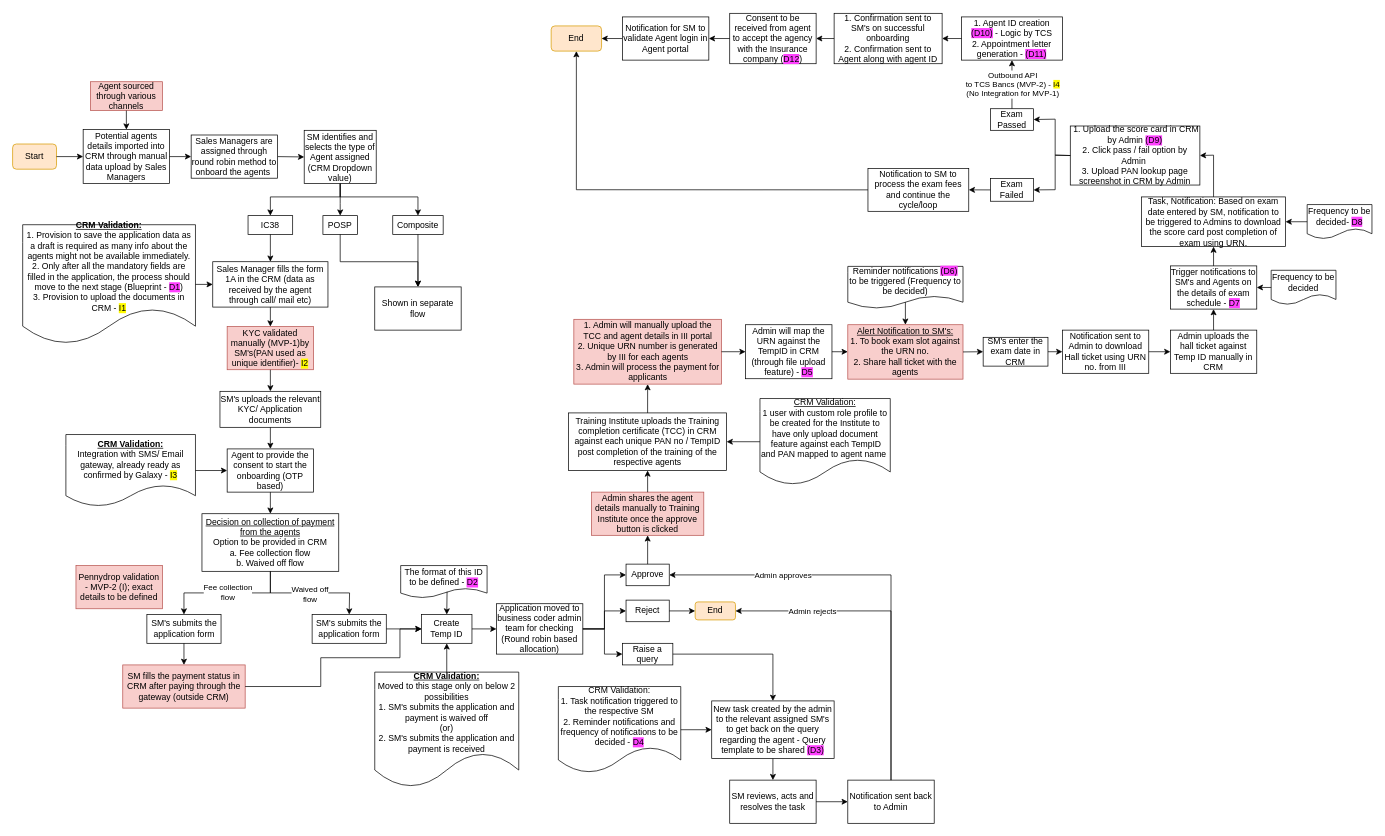
Before: Agent Onboarding IC38.drawio in shaileshsreedar/Galaxy, a draw.io diagram. Source tidied: cells renumbered, new cells numbered last; positions are measured from the earlier drawing's top-left corner, leaving out a move shared by most shapes. Both pictures are drawn from the tidied source at 72%, with x=0, y=0 at pixel (12, 13).
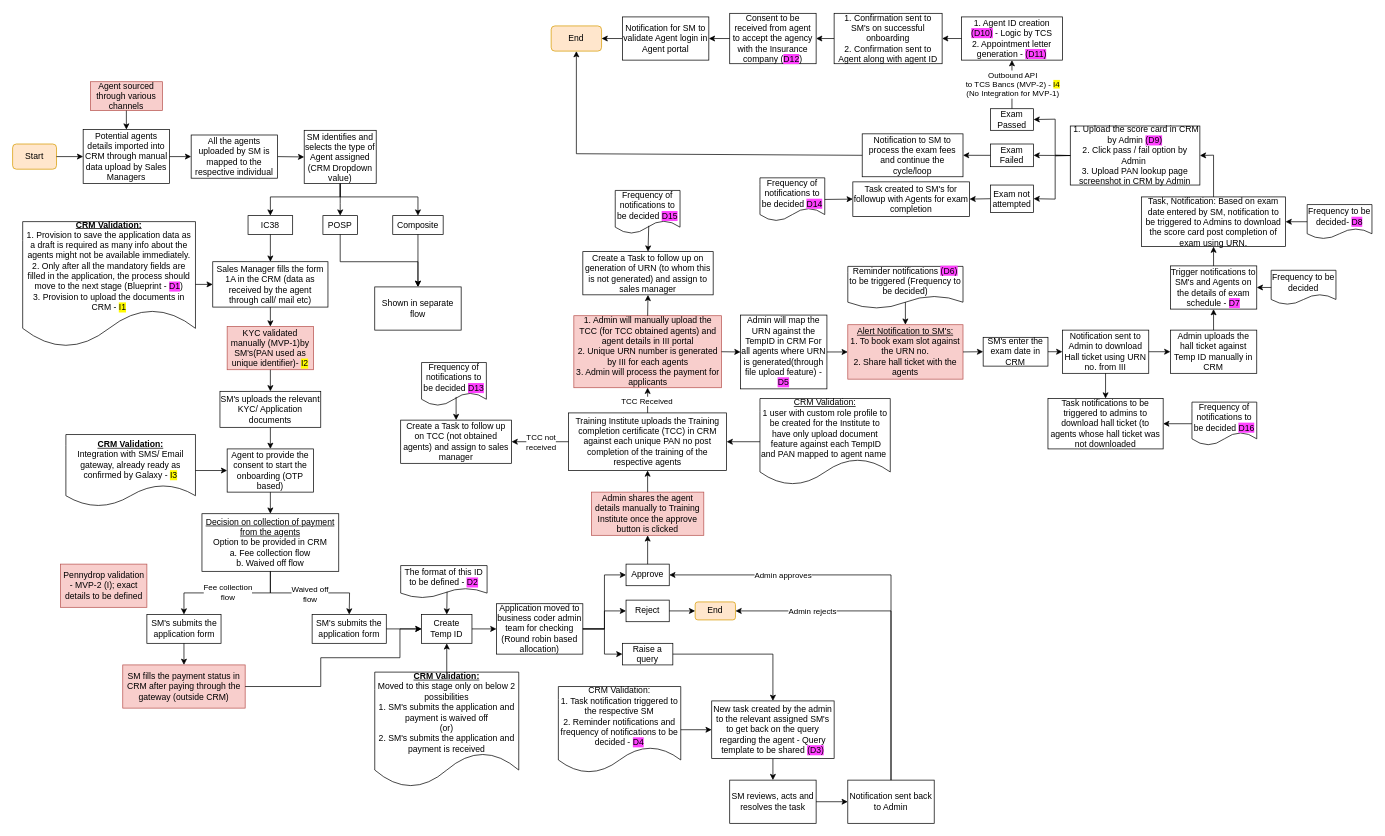
The same diagram, later.

The change refers to these unchanged cells:
```xml
<mxCell id="15" value="End" style="rounded=1;whiteSpace=wrap;html=1;fillColor=#ffe6cc;strokeColor=#d79b00;" parent="1" vertex="1">
  <mxGeometry x="748" y="17.5" width="70" height="35" as="geometry" />
</mxCell>
<mxCell id="76" style="endArrow=classic;html=1;rounded=0;exitX=0.5;exitY=0;exitDx=0;exitDy=0;entryX=0.5;entryY=1;entryDx=0;entryDy=0;" parent="1" edge="1" source="72" target="77">
  <mxGeometry relative="1" as="geometry" />
</mxCell>
<mxCell id="84" value="Notification sent to Admin to download Hall ticket using URN no. from III" style="rounded=0;whiteSpace=wrap;html=1;" parent="1" vertex="1">
  <mxGeometry x="1458" y="440" width="120" height="60" as="geometry" />
</mxCell>
<mxCell id="96" value="&amp;nbsp;1. Upload the score card in CRM by Admin &lt;span style=&quot;background-color: rgb(255, 64, 255);&quot;&gt;(D9)&lt;/span&gt;&lt;div&gt;2. Click pass / fail option by Admin&amp;nbsp;&lt;/div&gt;&lt;div&gt;3. Upload PAN lookup page screenshot in CRM by Admin&lt;/div&gt;" style="rounded=0;whiteSpace=wrap;html=1;" parent="1" vertex="1">
  <mxGeometry x="1469" y="156.5" width="180" height="82" as="geometry" />
</mxCell>
```

Diff of the diagram source:
```diff
@@
-    <mxCell id="18" value="Sales Managers are assigned through round robin method to onboard the agents&amp;nbsp;" style="rounded=0;whiteSpace=wrap;html=1;" parent="1" vertex="1">
+    <mxCell id="18" value="All the agents uploaded by SM is mapped to the respective individual" style="rounded=0;whiteSpace=wrap;html=1;" parent="1" vertex="1">
       <mxGeometry x="248" y="169" width="120" height="60" as="geometry" />
     </mxCell>
@@
     <mxCell id="23" value="&lt;b&gt;&lt;u&gt;CRM Validation:&lt;/u&gt;&lt;/b&gt;&lt;div&gt;1. Provision to save the application data as a draft is required as many info about the agents might not be available immediately.&lt;/div&gt;&lt;div&gt;2. Only after all the mandatory fields are filled in the application, the process should move to the next stage (Blueprint - &lt;span style=&quot;background-color: rgb(255, 64, 255);&quot;&gt;D1&lt;/span&gt;)&lt;/div&gt;&lt;div&gt;3. Provision to upload the documents in CRM - &lt;span style=&quot;background-color: rgb(255, 251, 0);&quot;&gt;I1&lt;/span&gt;&lt;/div&gt;" style="shape=document;whiteSpace=wrap;html=1;boundedLbl=1;" parent="1" vertex="1">
-      <mxGeometry x="14" y="293.6" width="240" height="165.8" as="geometry" />
+      <mxGeometry x="14" y="289.3" width="240" height="174.4" as="geometry" />
     </mxCell>
@@
-    <mxCell id="72" value="Training Institute uploads the Training completion certificate (TCC) in CRM against each unique PAN no / TempID post completion of the training of the respective agents" style="rounded=0;whiteSpace=wrap;html=1;" parent="1" vertex="1">
+    <mxCell id="72" value="Training Institute uploads the Training completion certificate (TCC) in CRM against each unique PAN no post completion of the training of the respective agents" style="rounded=0;whiteSpace=wrap;html=1;" parent="1" vertex="1">
       <mxGeometry x="772.2" y="555" width="219.5" height="80" as="geometry" />
     </mxCell>
@@
+    <mxCell id="120" value="TCC Received" style="edgeLabel;html=1;align=center;verticalAlign=middle;" parent="76" vertex="1">
+      <mxGeometry x="-0.27" y="1" relative="1" as="geometry">
+        <mxPoint y="-3" as="offset" />
+      </mxGeometry>
+    </mxCell>
-    <mxCell id="77" value="1. Admin will manually upload the TCC and agent details in III portal&lt;div&gt;2. Unique URN number is generated by III for each agents&lt;/div&gt;&lt;div&gt;3. Admin will process the payment for applicants&lt;/div&gt;" style="rounded=0;whiteSpace=wrap;html=1;fillColor=#f8cecc;strokeColor=#b85450;" parent="1" vertex="1">
-      <mxGeometry x="779.5" y="425" width="205" height="90" as="geometry" />
+    <mxCell id="77" value="1. Admin will manually upload the TCC (for TCC obtained agents) and agent details in III portal&lt;div&gt;2. Unique URN number is generated by III for each agents&lt;/div&gt;&lt;div&gt;3. Admin will process the payment for applicants&lt;/div&gt;" style="rounded=0;whiteSpace=wrap;html=1;fillColor=#f8cecc;strokeColor=#b85450;" parent="1" vertex="1">
+      <mxGeometry x="779.5" y="420" width="205" height="100" as="geometry" />
     </mxCell>
-    <mxCell id="78" value="Admin will map the URN against the TempID in CRM (through file upload feature) - &lt;span style=&quot;background-color: rgb(255, 64, 255);&quot;&gt;D5&lt;/span&gt;" style="rounded=0;whiteSpace=wrap;html=1;" parent="1" vertex="1">
-      <mxGeometry x="1018" y="432.5" width="120" height="75" as="geometry" />
+    <mxCell id="78" value="Admin will map the URN against the TempID in CRM For all agents where URN is generated(through file upload feature) - &lt;span style=&quot;background-color: rgb(255, 64, 255);&quot;&gt;D5&lt;/span&gt;" style="rounded=0;whiteSpace=wrap;html=1;" parent="1" vertex="1">
+      <mxGeometry x="1011" y="419.1" width="120" height="102.5" as="geometry" />
     </mxCell>
@@
     <mxCell id="99" value="Exam Failed" style="rounded=0;whiteSpace=wrap;html=1;" parent="1" vertex="1">
-      <mxGeometry x="1358" y="229.5" width="60" height="31.5" as="geometry" />
+      <mxGeometry x="1358" y="181.5" width="60" height="31.5" as="geometry" />
     </mxCell>
@@
-    <mxCell id="101" style="endArrow=classic;html=1;rounded=0;exitX=0;exitY=0.5;exitDx=0;exitDy=0;entryX=1;entryY=0.5;entryDx=0;entryDy=0;" parent="1" edge="1" source="96" target="99">
-      <mxGeometry relative="1" as="geometry">
-        <Array as="points">
-          <mxPoint x="1448" y="197" />
-          <mxPoint x="1448" y="245" />
-        </Array>
-      </mxGeometry>
-    </mxCell>
@@
     <mxCell id="108" value="Notification to SM to process the exam fees and continue the cycle/loop" style="rounded=0;whiteSpace=wrap;html=1;" parent="1" vertex="1">
-      <mxGeometry x="1188" y="215.4" width="140" height="59.6" as="geometry" />
+      <mxGeometry x="1180" y="167.4" width="140" height="59.6" as="geometry" />
     </mxCell>
@@
     <mxCell id="110" style="endArrow=classic;html=1;rounded=0;exitX=0;exitY=0.5;exitDx=0;exitDy=0;entryX=0.5;entryY=1;entryDx=0;entryDy=0;" parent="1" edge="1" source="108" target="15">
       <mxGeometry relative="1" as="geometry">
         <Array as="points">
-          <mxPoint x="783" y="245" />
+          <mxPoint x="783" y="195" />
         </Array>
       </mxGeometry>
     </mxCell>
@@
     <mxCell id="119" value="Pennydrop validation - MVP-2 (I); exact details to be defined" style="rounded=0;whiteSpace=wrap;html=1;fillColor=#f8cecc;strokeColor=#b85450;" parent="1" vertex="1">
-      <mxGeometry x="88" y="767" width="120" height="60" as="geometry" />
+      <mxGeometry x="66.5" y="765" width="120" height="60" as="geometry" />
     </mxCell>
+    <mxCell id="121" value="Create a Task to follow up on TCC (not obtained agents) and assign to sales manager" style="rounded=0;whiteSpace=wrap;html=1;" parent="1" vertex="1">
+      <mxGeometry x="539" y="565" width="154" height="60" as="geometry" />
+    </mxCell>
+    <mxCell id="122" style="endArrow=classic;html=1;rounded=0;exitX=0;exitY=0.5;exitDx=0;exitDy=0;" parent="1" edge="1" source="72" target="121">
+      <mxGeometry relative="1" as="geometry" />
+    </mxCell>
+    <mxCell id="123" value="TCC not&lt;div&gt;received&lt;/div&gt;" style="edgeLabel;html=1;align=center;verticalAlign=middle;" parent="122" vertex="1">
+      <mxGeometry x="-0.13" relative="1" as="geometry">
+        <mxPoint x="-5" as="offset" />
+      </mxGeometry>
+    </mxCell>
+    <mxCell id="124" value="Frequency of notifications to be decided &lt;span style=&quot;background-color: rgb(255, 64, 255);&quot;&gt;D13&lt;/span&gt;" style="shape=document;whiteSpace=wrap;html=1;boundedLbl=1;" parent="1" vertex="1">
+      <mxGeometry x="568" y="485" width="90" height="60" as="geometry" />
+    </mxCell>
+    <mxCell id="125" style="endArrow=classic;html=1;rounded=0;entryX=0.5;entryY=0;entryDx=0;entryDy=0;exitX=0.533;exitY=0.797;exitDx=0;exitDy=0;exitPerimeter=0;" parent="1" edge="1" source="124" target="121">
+      <mxGeometry relative="1" as="geometry" />
+    </mxCell>
+    <mxCell id="126" style="endArrow=classic;html=1;rounded=0;exitX=0;exitY=0.5;exitDx=0;exitDy=0;entryX=1;entryY=0.5;entryDx=0;entryDy=0;" parent="1" edge="1" source="96" target="127">
+      <mxGeometry relative="1" as="geometry">
+        <Array as="points">
+          <mxPoint x="1448" y="198" />
+          <mxPoint x="1448" y="258" />
+        </Array>
+      </mxGeometry>
+    </mxCell>
+    <mxCell id="101" style="endArrow=classic;html=1;rounded=0;exitX=0;exitY=0.5;exitDx=0;exitDy=0;entryX=1;entryY=0.5;entryDx=0;entryDy=0;" parent="1" edge="1" source="96" target="99">
+      <mxGeometry relative="1" as="geometry" />
+    </mxCell>
+    <mxCell id="127" value="Exam not attempted" style="rounded=0;whiteSpace=wrap;html=1;" parent="1" vertex="1">
+      <mxGeometry x="1358" y="238.5" width="60" height="38" as="geometry" />
+    </mxCell>
+    <mxCell id="128" style="endArrow=classic;html=1;rounded=0;exitX=0;exitY=0.5;exitDx=0;exitDy=0;entryX=1;entryY=0.5;entryDx=0;entryDy=0;" parent="1" edge="1" source="127" target="129">
+      <mxGeometry relative="1" as="geometry" />
+    </mxCell>
+    <mxCell id="129" value="Task created to SM's for followup with Agents for exam completion" style="rounded=0;whiteSpace=wrap;html=1;" parent="1" vertex="1">
+      <mxGeometry x="1167" y="234.1" width="162" height="47.9" as="geometry" />
+    </mxCell>
+    <mxCell id="130" value="Frequency of notifications to be decided &lt;span style=&quot;background-color: rgb(255, 64, 255);&quot;&gt;D14&lt;/span&gt;" style="shape=document;whiteSpace=wrap;html=1;boundedLbl=1;" parent="1" vertex="1">
+      <mxGeometry x="1038" y="228.5" width="90" height="60" as="geometry" />
+    </mxCell>
+    <mxCell id="131" style="endArrow=classic;html=1;rounded=0;entryX=0;entryY=0.5;entryDx=0;entryDy=0;exitX=1;exitY=0.5;exitDx=0;exitDy=0;" parent="1" edge="1" source="130" target="129">
+      <mxGeometry relative="1" as="geometry" />
+    </mxCell>
+    <mxCell id="132" style="endArrow=classic;html=1;rounded=0;exitX=0.5;exitY=0;exitDx=0;exitDy=0;entryX=0.5;entryY=1;entryDx=0;entryDy=0;" parent="1" edge="1" source="77" target="133">
+      <mxGeometry relative="1" as="geometry" />
+    </mxCell>
+    <mxCell id="133" value="Create a Task to follow up on generation of URN (to whom this is not generated) and assign to sales manager" style="rounded=0;whiteSpace=wrap;html=1;" parent="1" vertex="1">
+      <mxGeometry x="792" y="331" width="181" height="60" as="geometry" />
+    </mxCell>
+    <mxCell id="134" value="Frequency of notifications to be decided &lt;span style=&quot;background-color: rgb(255, 64, 255);&quot;&gt;D15&lt;/span&gt;" style="shape=document;whiteSpace=wrap;html=1;boundedLbl=1;" parent="1" vertex="1">
+      <mxGeometry x="837" y="246" width="90" height="60" as="geometry" />
+    </mxCell>
+    <mxCell id="135" style="endArrow=classic;html=1;rounded=0;entryX=0.5;entryY=0;entryDx=0;entryDy=0;exitX=0.517;exitY=0.819;exitDx=0;exitDy=0;exitPerimeter=0;" parent="1" edge="1" source="134" target="133">
+      <mxGeometry relative="1" as="geometry" />
+    </mxCell>
+    <mxCell id="136" value="Frequency of notifications to be decided &lt;span style=&quot;background-color: rgb(255, 64, 255);&quot;&gt;D16&lt;/span&gt;" style="shape=document;whiteSpace=wrap;html=1;boundedLbl=1;" parent="1" vertex="1">
+      <mxGeometry x="1638" y="540" width="90" height="60" as="geometry" />
+    </mxCell>
+    <mxCell id="137" value="Task notifications to be triggered to admins to download hall ticket (to agents whose hall ticket was not downloaded" style="rounded=0;whiteSpace=wrap;html=1;" parent="1" vertex="1">
+      <mxGeometry x="1438" y="535" width="160" height="70" as="geometry" />
+    </mxCell>
+    <mxCell id="138" style="endArrow=classic;html=1;rounded=0;exitX=0.5;exitY=1;exitDx=0;exitDy=0;entryX=0.5;entryY=0;entryDx=0;entryDy=0;" parent="1" edge="1" source="84" target="137">
+      <mxGeometry relative="1" as="geometry" />
+    </mxCell>
+    <mxCell id="139" style="endArrow=classic;html=1;rounded=0;exitX=0;exitY=0.5;exitDx=0;exitDy=0;entryX=1;entryY=0.5;entryDx=0;entryDy=0;" parent="1" edge="1" source="136" target="137">
+      <mxGeometry relative="1" as="geometry" />
+    </mxCell>
```
